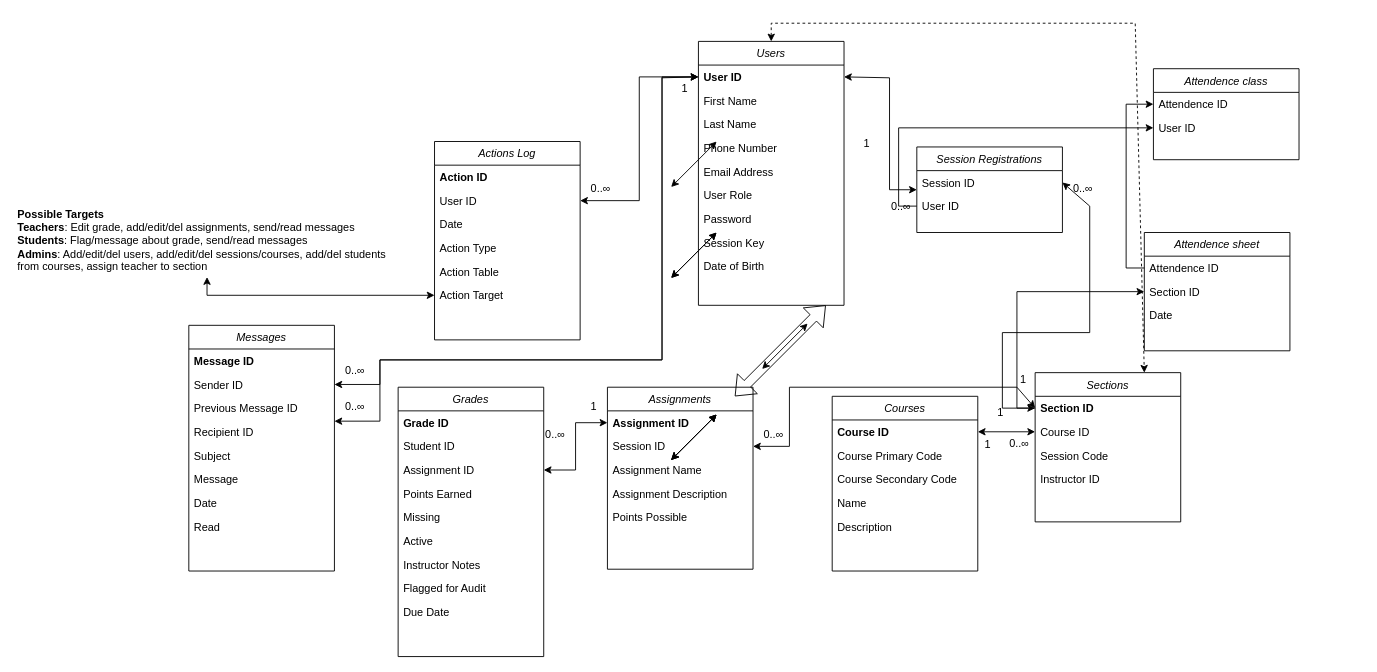
BenJewell/CMPS480_SP22 keeps this draw.io diagram as Documentation/General Information/Database.drawio. Above is the earlier version. Source tidied: cells renumbered, new cells numbered last; positions are measured from the earlier drawing's top-left corner, leaving out a move shared by most shapes. Both pictures are drawn from the tidied source at 91%, with x=0, y=0 at pixel (15, 23).
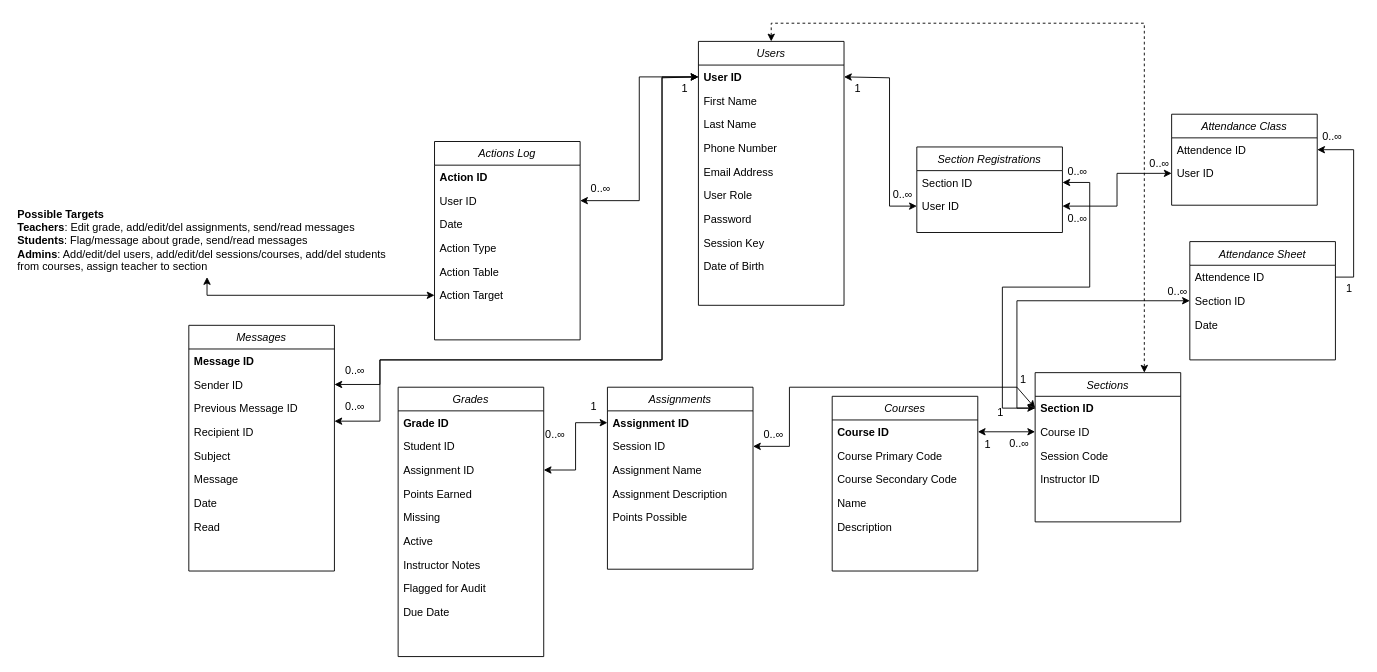
Above is the later version.

Unchanged cells that the change refers to:
```xml
<mxCell id="2" value="Users" style="swimlane;fontStyle=2;align=center;verticalAlign=top;horizontal=1;startSize=26;rounded=0;shadow=0;strokeWidth=1;" parent="1" vertex="1">
  <mxGeometry x="750" y="20" width="160" height="290" as="geometry" />
</mxCell>
<mxCell id="3" value="User ID" style="text;align=left;verticalAlign=top;spacingLeft=4;spacingRight=4;overflow=hidden;points=[[0,0.5],[1,0.5]];portConstraint=eastwest;fontStyle=1;" parent="2" vertex="1">
  <mxGeometry y="26" width="160" height="26" as="geometry" />
</mxCell>
<mxCell id="28" value="Sections" style="swimlane;fontStyle=2;align=center;verticalAlign=top;horizontal=1;startSize=26;rounded=0;shadow=0;strokeWidth=1;" parent="1" vertex="1">
  <mxGeometry x="1120" y="384" width="160" height="164" as="geometry" />
</mxCell>
<mxCell id="29" value="Section ID" style="text;align=left;verticalAlign=top;spacingLeft=4;spacingRight=4;overflow=hidden;points=[[0,0.5],[1,0.5]];portConstraint=eastwest;rounded=0;shadow=0;html=0;fontStyle=1;" parent="28" vertex="1">
  <mxGeometry y="26" width="160" height="26" as="geometry" />
</mxCell>
<mxCell id="35" value="User ID" style="text;align=left;verticalAlign=top;spacingLeft=4;spacingRight=4;overflow=hidden;points=[[0,0.5],[1,0.5]];portConstraint=eastwest;rounded=0;shadow=0;html=0;" parent="33" vertex="1">
  <mxGeometry y="52" width="160" height="26" as="geometry" />
</mxCell>
<mxCell id="85" value="Attendence ID" style="text;align=left;verticalAlign=top;spacingLeft=4;spacingRight=4;overflow=hidden;points=[[0,0.5],[1,0.5]];portConstraint=eastwest;rounded=0;shadow=0;html=0;fontStyle=0;" parent="84" vertex="1">
  <mxGeometry y="26" width="160" height="26" as="geometry" />
</mxCell>
<mxCell id="89" value="Attendence ID" style="text;align=left;verticalAlign=top;spacingLeft=4;spacingRight=4;overflow=hidden;points=[[0,0.5],[1,0.5]];portConstraint=eastwest;rounded=0;shadow=0;html=0;fontStyle=0;" parent="88" vertex="1">
  <mxGeometry y="26" width="160" height="26" as="geometry" />
</mxCell>
<mxCell id="90" value="User ID" style="text;align=left;verticalAlign=top;spacingLeft=4;spacingRight=4;overflow=hidden;points=[[0,0.5],[1,0.5]];portConstraint=eastwest;rounded=0;shadow=0;html=0;fontStyle=0;" parent="88" vertex="1">
  <mxGeometry y="52" width="160" height="26" as="geometry" />
</mxCell>
```

Change to the diagram source:
```diff
@@
-    <mxCell id="33" value="Session Registrations" style="swimlane;fontStyle=2;align=center;verticalAlign=top;horizontal=1;startSize=26;rounded=0;shadow=0;strokeWidth=1;" parent="1" vertex="1">
+    <mxCell id="33" value="Section Registrations" style="swimlane;fontStyle=2;align=center;verticalAlign=top;horizontal=1;startSize=26;rounded=0;shadow=0;strokeWidth=1;" parent="1" vertex="1">
       <mxGeometry x="990" y="136" width="160" height="94" as="geometry" />
     </mxCell>
-    <mxCell id="34" value="Session ID" style="text;align=left;verticalAlign=top;spacingLeft=4;spacingRight=4;overflow=hidden;points=[[0,0.5],[1,0.5]];portConstraint=eastwest;rounded=0;shadow=0;html=0;" parent="33" vertex="1">
+    <mxCell id="34" value="Section ID" style="text;align=left;verticalAlign=top;spacingLeft=4;spacingRight=4;overflow=hidden;points=[[0,0.5],[1,0.5]];portConstraint=eastwest;rounded=0;shadow=0;html=0;" parent="33" vertex="1">
       <mxGeometry y="26" width="160" height="26" as="geometry" />
     </mxCell>
@@
-    <mxCell id="46" style="edgeStyle=none;rounded=0;jettySize=auto;html=1;exitX=1;exitY=0.5;exitDx=0;exitDy=0;entryX=0;entryY=0.5;entryDx=0;entryDy=0;startArrow=classic;startFill=1;" parent="1" edge="1" source="3" target="33">
+    <mxCell id="46" style="edgeStyle=none;rounded=0;jettySize=auto;html=1;exitX=1;exitY=0.5;exitDx=0;exitDy=0;entryX=0;entryY=0.5;entryDx=0;entryDy=0;startArrow=classic;startFill=1;" parent="1" edge="1" source="3" target="35">
       <mxGeometry relative="1" as="geometry">
         <Array as="points">
           <mxPoint x="960" y="60" />
-          <mxPoint x="960" y="183" />
+          <mxPoint x="960" y="201" />
         </Array>
       </mxGeometry>
     </mxCell>
     <mxCell id="47" style="edgeStyle=none;rounded=0;jettySize=auto;html=1;exitX=1;exitY=0.5;exitDx=0;exitDy=0;entryX=0;entryY=0.5;entryDx=0;entryDy=0;startArrow=classic;startFill=1;" parent="1" edge="1" source="34" target="29">
       <mxGeometry relative="1" as="geometry">
         <Array as="points">
-          <mxPoint x="1180" y="201" />
-          <mxPoint x="1180" y="340" />
-          <mxPoint x="1084" y="340" />
+          <mxPoint x="1180" y="175" />
+          <mxPoint x="1180" y="290" />
+          <mxPoint x="1084" y="290" />
           <mxPoint x="1084" y="423" />
         </Array>
       </mxGeometry>
     </mxCell>
@@
     <mxCell id="50" style="edgeStyle=none;rounded=0;jettySize=auto;html=1;exitX=0.5;exitY=0;exitDx=0;exitDy=0;entryX=0.75;entryY=0;entryDx=0;entryDy=0;startArrow=classic;startFill=1;dashed=1;" parent="1" edge="1" source="2" target="28">
       <mxGeometry relative="1" as="geometry">
         <Array as="points">
           <mxPoint x="830" />
-          <mxPoint x="1230" />
+          <mxPoint x="1240" />
         </Array>
       </mxGeometry>
     </mxCell>
     <mxCell id="51" value="1" style="align=left;verticalAlign=bottom;labelBackgroundColor=none;fontSize=12;" parent="1" vertex="1">
-      <mxGeometry x="930" y="140" as="geometry" />
+      <mxGeometry x="920" y="80" as="geometry" />
     </mxCell>
     <mxCell id="52" value="0..∞" style="align=left;verticalAlign=bottom;labelBackgroundColor=none;fontSize=12;" parent="1" vertex="1">
-      <mxGeometry x="960" y="210" as="geometry" />
+      <mxGeometry x="1150" y="210" as="geometry">
+        <mxPoint x="4" y="13" as="offset" />
+      </mxGeometry>
     </mxCell>
     <mxCell id="53" value="0..∞" style="align=left;verticalAlign=bottom;labelBackgroundColor=none;fontSize=12;" parent="1" vertex="1">
-      <mxGeometry x="1160" y="190" as="geometry" />
+      <mxGeometry x="1154" y="171" as="geometry" />
     </mxCell>
@@
-    <mxCell id="84" value="Attendence sheet" style="swimlane;fontStyle=2;align=center;verticalAlign=top;horizontal=1;startSize=26;rounded=0;shadow=0;strokeWidth=1;" parent="1" vertex="1">
-      <mxGeometry x="1240" y="230" width="160" height="130" as="geometry" />
+    <mxCell id="84" value="Attendance Sheet" style="swimlane;fontStyle=2;align=center;verticalAlign=top;horizontal=1;startSize=26;rounded=0;shadow=0;strokeWidth=1;" parent="1" vertex="1">
+      <mxGeometry x="1290" y="240" width="160" height="130" as="geometry" />
     </mxCell>
@@
-    <mxCell id="88" value="Attendence class" style="swimlane;fontStyle=2;align=center;verticalAlign=top;horizontal=1;startSize=26;rounded=0;shadow=0;strokeWidth=1;" parent="1" vertex="1">
-      <mxGeometry x="1250" y="50" width="160" height="100" as="geometry" />
+    <mxCell id="88" value="Attendance Class" style="swimlane;fontStyle=2;align=center;verticalAlign=top;horizontal=1;startSize=26;rounded=0;shadow=0;strokeWidth=1;" parent="1" vertex="1">
+      <mxGeometry x="1270" y="100" width="160" height="100" as="geometry" />
     </mxCell>
@@
-    <mxCell id="91" style="endArrow=classic;startArrow=classic;html=1;rounded=0;" parent="1" edge="1">
-      <mxGeometry relative="1" as="geometry">
-        <mxPoint x="720" y="480" as="sourcePoint" />
-        <mxPoint x="770" y="430" as="targetPoint" />
-      </mxGeometry>
-    </mxCell>
@@
-    <mxCell id="93" style="endArrow=classic;startArrow=classic;html=1;rounded=0;" parent="1" edge="1">
-      <mxGeometry relative="1" as="geometry">
-        <mxPoint x="720" y="480" as="sourcePoint" />
-        <mxPoint x="770" y="430" as="targetPoint" />
-      </mxGeometry>
-    </mxCell>
-    <mxCell id="94" style="endArrow=classic;html=1;rounded=0;" parent="1" edge="1">
-      <mxGeometry relative="1" as="geometry">
-        <mxPoint x="720" y="480" as="sourcePoint" />
-        <mxPoint x="770" y="430" as="targetPoint" />
-      </mxGeometry>
-    </mxCell>
-    <mxCell id="95" style="endArrow=classic;startArrow=classic;html=1;rounded=0;" parent="1" edge="1">
-      <mxGeometry relative="1" as="geometry">
-        <mxPoint x="720" y="480" as="sourcePoint" />
-        <mxPoint x="770" y="430" as="targetPoint" />
-      </mxGeometry>
-    </mxCell>
-    <mxCell id="96" style="endArrow=classic;startArrow=classic;html=1;rounded=0;" parent="1" edge="1">
-      <mxGeometry relative="1" as="geometry">
-        <mxPoint x="720" y="280" as="sourcePoint" />
-        <mxPoint x="770" y="230" as="targetPoint" />
-      </mxGeometry>
-    </mxCell>
-    <mxCell id="97" style="endArrow=classic;startArrow=classic;html=1;rounded=0;" parent="1" edge="1">
-      <mxGeometry relative="1" as="geometry">
-        <mxPoint x="720" y="280" as="sourcePoint" />
-        <mxPoint x="770" y="230" as="targetPoint" />
-      </mxGeometry>
-    </mxCell>
-    <mxCell id="98" style="endArrow=classic;startArrow=classic;html=1;rounded=0;" parent="1" edge="1">
-      <mxGeometry relative="1" as="geometry">
-        <mxPoint x="720" y="180" as="sourcePoint" />
-        <mxPoint x="770" y="130" as="targetPoint" />
-      </mxGeometry>
-    </mxCell>
-    <mxCell id="99" style="edgeStyle=orthogonalEdgeStyle;rounded=0;jettySize=auto;html=1;exitX=0;exitY=0.5;exitDx=0;exitDy=0;" parent="1" edge="1" source="85" target="89">
+    <mxCell id="99" style="edgeStyle=orthogonalEdgeStyle;rounded=0;jettySize=auto;html=1;exitX=1;exitY=0.5;exitDx=0;exitDy=0;" parent="1" edge="1" source="85" target="89">
       <mxGeometry relative="1" as="geometry" />
     </mxCell>
-    <mxCell id="100" style="shape=flexArrow;endArrow=classic;startArrow=classic;html=1;rounded=0;" parent="1" edge="1">
-      <mxGeometry relative="1" as="geometry">
-        <mxPoint x="790" y="410" as="sourcePoint" />
-        <mxPoint x="890" y="310" as="targetPoint" />
-      </mxGeometry>
-    </mxCell>
-    <mxCell id="101" style="endArrow=classic;startArrow=classic;html=1;rounded=0;" parent="1" edge="1">
-      <mxGeometry relative="1" as="geometry">
-        <mxPoint x="820" y="380" as="sourcePoint" />
-        <mxPoint x="870" y="330" as="targetPoint" />
-      </mxGeometry>
-    </mxCell>
-    <mxCell id="102" style="edgeStyle=orthogonalEdgeStyle;rounded=0;jettySize=auto;html=1;exitX=0;exitY=0.5;exitDx=0;exitDy=0;entryX=0;entryY=0.5;entryDx=0;entryDy=0;" parent="1" edge="1" source="35" target="90">
+    <mxCell id="102" style="edgeStyle=orthogonalEdgeStyle;rounded=0;jettySize=auto;html=1;exitX=1;exitY=0.5;exitDx=0;exitDy=0;entryX=0;entryY=0.5;entryDx=0;entryDy=0;startArrow=classic;startFill=1;" parent="1" edge="1" source="35" target="90">
       <mxGeometry relative="1" as="geometry" />
     </mxCell>
+    <mxCell id="103" value="1" style="align=left;verticalAlign=bottom;labelBackgroundColor=none;fontSize=12;" parent="1" vertex="1">
+      <mxGeometry x="1460" y="300" as="geometry" />
+    </mxCell>
+    <mxCell id="104" value="0..∞" style="align=left;verticalAlign=bottom;labelBackgroundColor=none;fontSize=12;" parent="1" vertex="1">
+      <mxGeometry x="1430" y="120" as="geometry">
+        <mxPoint x="4" y="13" as="offset" />
+      </mxGeometry>
+    </mxCell>
+    <mxCell id="105" value="0..∞" style="align=left;verticalAlign=bottom;labelBackgroundColor=none;fontSize=12;" parent="1" vertex="1">
+      <mxGeometry x="962" y="197" width="160" as="geometry" />
+    </mxCell>
+    <mxCell id="106" value="0..∞" style="align=left;verticalAlign=bottom;labelBackgroundColor=none;fontSize=12;" parent="1" vertex="1">
+      <mxGeometry x="1240" y="150" as="geometry">
+        <mxPoint x="4" y="13" as="offset" />
+      </mxGeometry>
+    </mxCell>
+    <mxCell id="107" value="0..∞" style="align=left;verticalAlign=bottom;labelBackgroundColor=none;fontSize=12;" parent="1" vertex="1">
+      <mxGeometry x="1260" y="290" as="geometry">
+        <mxPoint x="4" y="13" as="offset" />
+      </mxGeometry>
+    </mxCell>
```
